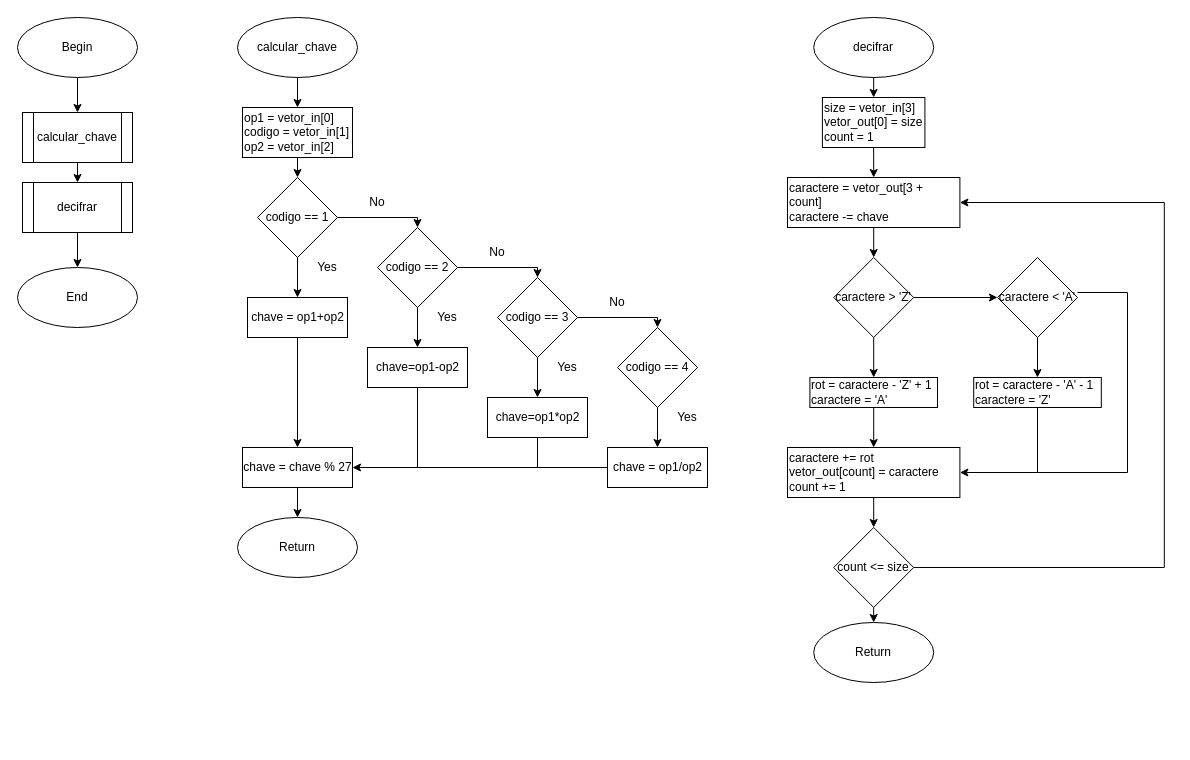
The draw.io diagram lab0/fluxograma_lab0.drawio in brunobcamargo2002/micro_labs, before the edit. Source tidied: cells renumbered, new cells numbered last; positions are measured from the earlier drawing's top-left corner, leaving out a move shared by most shapes. Both pictures are drawn from the tidied source at 100%, with x=0, y=0 at pixel (17, 17).
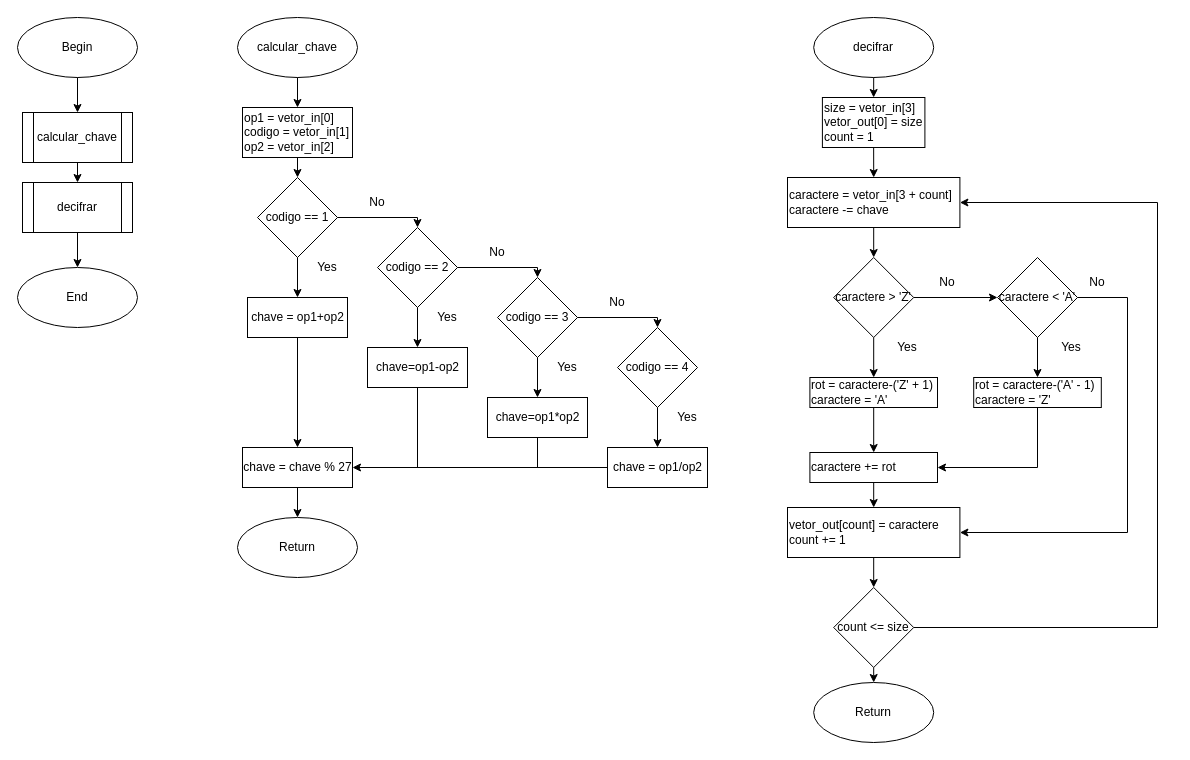
Above is the later version.

The change refers to these unchanged cells:
```xml
<mxCell id="51" value="caractere &amp;lt; 'A'" style="rhombus;whiteSpace=wrap;html=1;direction=south;" parent="1" vertex="1">
  <mxGeometry x="980" y="240" width="80" height="80" as="geometry" />
</mxCell>
```

The edit, as a diff of the source:
```diff
@@
-    <mxCell id="9" value="&lt;div&gt;caractere = vetor_out[3 + count]&lt;/div&gt;&lt;div&gt;caractere -= chave&lt;/div&gt;" style="rounded=0;whiteSpace=wrap;html=1;align=left;" parent="1" vertex="1">
+    <mxCell id="9" value="&lt;div&gt;caractere = vetor_in[3 + count]&lt;/div&gt;&lt;div&gt;caractere -= chave&lt;/div&gt;" style="rounded=0;whiteSpace=wrap;html=1;align=left;" parent="1" vertex="1">
       <mxGeometry x="770" y="160" width="172.4" height="50" as="geometry" />
     </mxCell>
     <mxCell id="10" value="count &amp;lt;= size" style="rhombus;whiteSpace=wrap;html=1;" parent="1" vertex="1">
-      <mxGeometry x="816.2" y="510" width="80" height="80" as="geometry" />
+      <mxGeometry x="816.2" y="570" width="80" height="80" as="geometry" />
     </mxCell>
@@
     <mxCell id="13" value="&lt;div&gt;Return&lt;/div&gt;" style="ellipse;whiteSpace=wrap;html=1;" parent="1" vertex="1">
-      <mxGeometry x="796.2" y="605" width="120" height="60" as="geometry" />
+      <mxGeometry x="796.2" y="665" width="120" height="60" as="geometry" />
     </mxCell>
@@
-    <mxCell id="53" value="&lt;div&gt;rot = caractere - 'Z' + 1&lt;/div&gt;&lt;div&gt;caractere = 'A'&lt;/div&gt;" style="rounded=0;whiteSpace=wrap;html=1;align=left;" parent="1" vertex="1">
+    <mxCell id="53" value="&lt;div&gt;rot = caractere-('Z' + 1)&lt;/div&gt;&lt;div&gt;caractere = 'A'&lt;/div&gt;" style="rounded=0;whiteSpace=wrap;html=1;align=left;" parent="1" vertex="1">
       <mxGeometry x="792.4" y="360" width="127.6" height="30" as="geometry" />
     </mxCell>
-    <mxCell id="54" value="&lt;div&gt;rot = caractere - 'A' - 1&lt;/div&gt;caractere = 'Z'" style="rounded=0;whiteSpace=wrap;html=1;align=left;" parent="1" vertex="1">
+    <mxCell id="54" value="&lt;div&gt;rot = caractere-('A' - 1)&lt;/div&gt;caractere = 'Z'" style="rounded=0;whiteSpace=wrap;html=1;align=left;" parent="1" vertex="1">
       <mxGeometry x="956.2" y="360" width="127.6" height="30" as="geometry" />
     </mxCell>
@@
-    <mxCell id="58" value="&lt;div&gt;caractere += rot&lt;/div&gt;&lt;div&gt;vetor_out[count] = caractere&lt;/div&gt;&lt;div&gt;count += 1&lt;/div&gt;" style="rounded=0;whiteSpace=wrap;html=1;align=left;" parent="1" vertex="1">
-      <mxGeometry x="770" y="430" width="172.4" height="50" as="geometry" />
+    <mxCell id="58" value="&lt;div&gt;vetor_out[count] = caractere&lt;/div&gt;&lt;div&gt;count += 1&lt;/div&gt;" style="rounded=0;whiteSpace=wrap;html=1;align=left;" parent="1" vertex="1">
+      <mxGeometry x="770" y="490" width="172.4" height="50" as="geometry" />
     </mxCell>
-    <mxCell id="59" style="endArrow=classic;html=1;rounded=0;exitX=0.5;exitY=1;exitDx=0;exitDy=0;entryX=0.5;entryY=0;entryDx=0;entryDy=0;" parent="1" edge="1" source="53" target="58">
+    <mxCell id="59" style="endArrow=classic;html=1;rounded=0;exitX=0.5;exitY=1;exitDx=0;exitDy=0;entryX=0.5;entryY=0;entryDx=0;entryDy=0;" parent="1" edge="1" source="53" target="64">
       <mxGeometry relative="1" as="geometry" />
     </mxCell>
-    <mxCell id="60" style="endArrow=classic;html=1;rounded=0;exitX=0.5;exitY=1;exitDx=0;exitDy=0;entryX=1;entryY=0.5;entryDx=0;entryDy=0;" parent="1" edge="1" source="54" target="58">
-      <mxGeometry relative="1" as="geometry">
-        <Array as="points">
-          <mxPoint x="1020" y="455" />
-        </Array>
-      </mxGeometry>
-    </mxCell>
@@
     <mxCell id="62" style="endArrow=classic;html=1;rounded=0;entryX=1;entryY=0.5;entryDx=0;entryDy=0;exitX=1;exitY=0.5;exitDx=0;exitDy=0;" parent="1" edge="1" source="10" target="9">
       <mxGeometry relative="1" as="geometry">
         <Array as="points">
-          <mxPoint x="1146.8" y="550" />
-          <mxPoint x="1146.8" y="185" />
+          <mxPoint x="1140" y="610" />
+          <mxPoint x="1140" y="185" />
         </Array>
       </mxGeometry>
     </mxCell>
-    <mxCell id="63" style="endArrow=none;html=1;rounded=0;entryX=0.5;entryY=0;entryDx=0;entryDy=0;" parent="1" edge="1">
-      <mxGeometry relative="1" as="geometry">
-        <mxPoint x="1020" y="455" as="sourcePoint" />
-        <mxPoint x="1060" y="275" as="targetPoint" />
-        <Array as="points">
-          <mxPoint x="1110" y="455" />
-          <mxPoint x="1110" y="275" />
-        </Array>
-      </mxGeometry>
-    </mxCell>
+    <mxCell id="64" value="caractere += rot" style="rounded=0;whiteSpace=wrap;html=1;align=left;" parent="1" vertex="1">
+      <mxGeometry x="792.4" y="435" width="127.6" height="30" as="geometry" />
+    </mxCell>
+    <mxCell id="65" style="endArrow=classic;html=1;rounded=0;exitX=0.5;exitY=0;exitDx=0;exitDy=0;entryX=1;entryY=0.5;entryDx=0;entryDy=0;" parent="1" edge="1" source="51" target="58">
+      <mxGeometry relative="1" as="geometry">
+        <Array as="points">
+          <mxPoint x="1110" y="280" />
+          <mxPoint x="1110" y="515" />
+        </Array>
+      </mxGeometry>
+    </mxCell>
+    <mxCell id="66" style="endArrow=classic;html=1;rounded=0;exitX=0.5;exitY=1;exitDx=0;exitDy=0;entryX=0.5;entryY=0;entryDx=0;entryDy=0;" parent="1" edge="1" source="64" target="58">
+      <mxGeometry relative="1" as="geometry" />
+    </mxCell>
+    <mxCell id="67" style="endArrow=classic;html=1;rounded=0;exitX=0.5;exitY=1;exitDx=0;exitDy=0;entryX=1;entryY=0.5;entryDx=0;entryDy=0;" parent="1" edge="1" source="54" target="64">
+      <mxGeometry relative="1" as="geometry">
+        <Array as="points">
+          <mxPoint x="1020" y="450" />
+        </Array>
+      </mxGeometry>
+    </mxCell>
+    <mxCell id="68" value="Yes" style="text;html=1;align=center;verticalAlign=middle;whiteSpace=wrap;rounded=0;" parent="1" vertex="1">
+      <mxGeometry x="860" y="315" width="60" height="30" as="geometry" />
+    </mxCell>
+    <mxCell id="69" value="&lt;div&gt;No&lt;/div&gt;" style="text;html=1;align=center;verticalAlign=middle;whiteSpace=wrap;rounded=0;" parent="1" vertex="1">
+      <mxGeometry x="900" y="250" width="60" height="30" as="geometry" />
+    </mxCell>
+    <mxCell id="70" value="Yes" style="text;html=1;align=center;verticalAlign=middle;whiteSpace=wrap;rounded=0;" parent="1" vertex="1">
+      <mxGeometry x="1023.8" y="315" width="60" height="30" as="geometry" />
+    </mxCell>
+    <mxCell id="71" value="&lt;div&gt;No&lt;/div&gt;" style="text;html=1;align=center;verticalAlign=middle;whiteSpace=wrap;rounded=0;" parent="1" vertex="1">
+      <mxGeometry x="1050" y="250" width="60" height="30" as="geometry" />
+    </mxCell>
```
